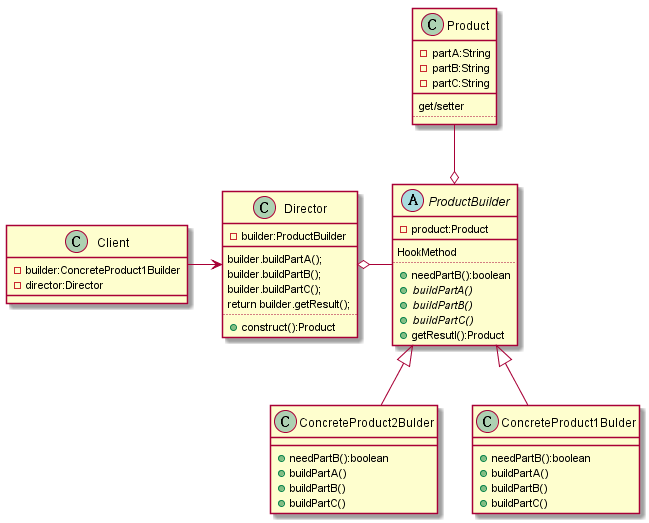
This is src/me/ronggenliu/dp/creation/builder/classes.png from ronggenliu/DesignPattern, a PlantUML export, as it was before one commit.
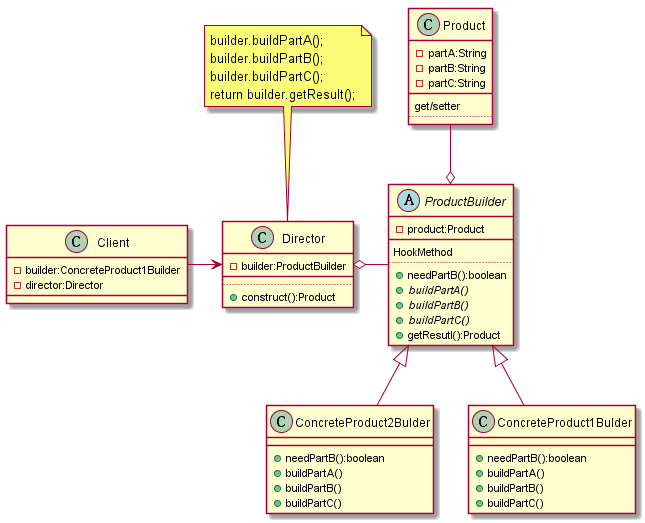
Above is the later version.

Commit message:
add class diagram.

Change to the diagram source:
```diff
@@ -8,10 +8,7 @@
 class Director {
     - builder:ProductBuilder
     __
-    builder.buildPartA();
-    builder.buildPartB();
-    builder.buildPartC();
-    return builder.getResult();
+
     ..
     + construct():Product
 }
@@ -52,7 +49,13 @@
     get/setter
     ..
 }
-
+note as n1
+    builder.buildPartA();
+    builder.buildPartB();
+    builder.buildPartC();
+    return builder.getResult();
+end note
+n1 .. Director
 Client -right-> Director
 Director o-right- ProductBuilder
 ProductBuilder o-up- Product
```
